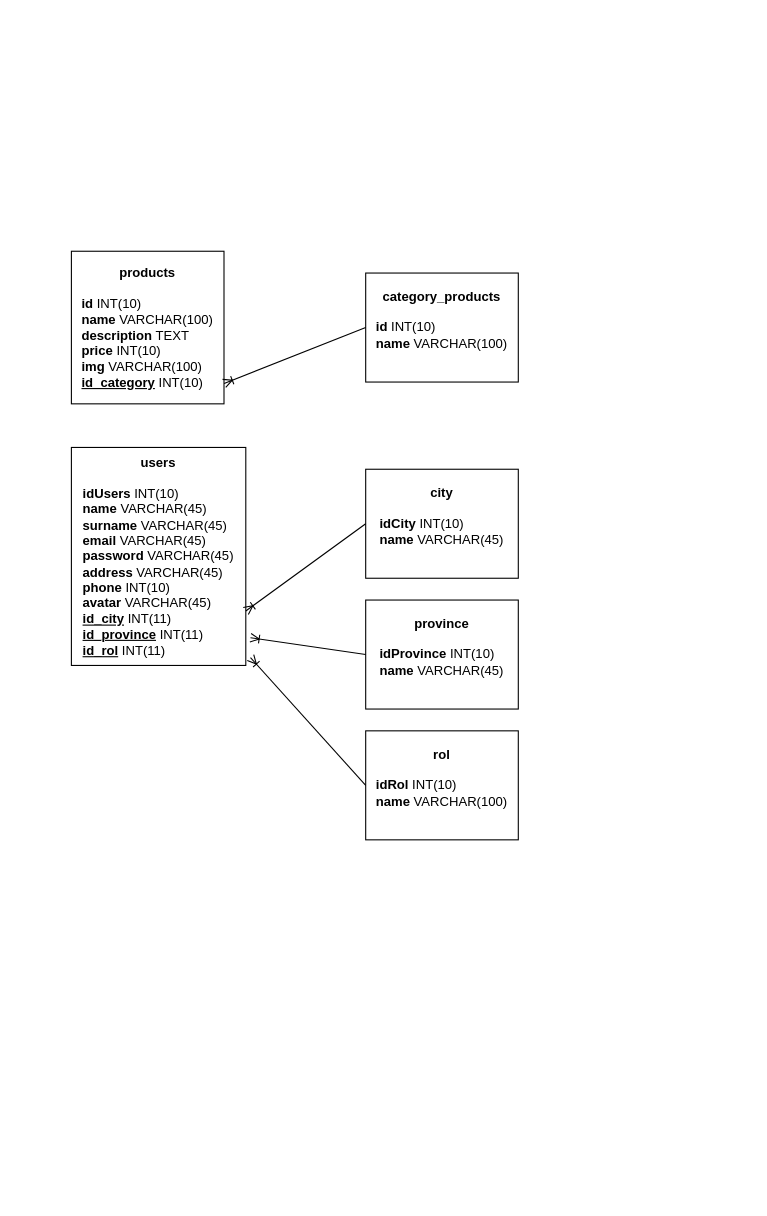
Earlier version of the draw.io diagram DER.drawio (claudiomercado/positivitea). Source tidied: cells renumbered, new cells numbered last; positions are measured from the earlier drawing's top-left corner, leaving out a move shared by most shapes. Both pictures are drawn from the tidied source at 109%, with x=0, y=0 at pixel (71, 251).
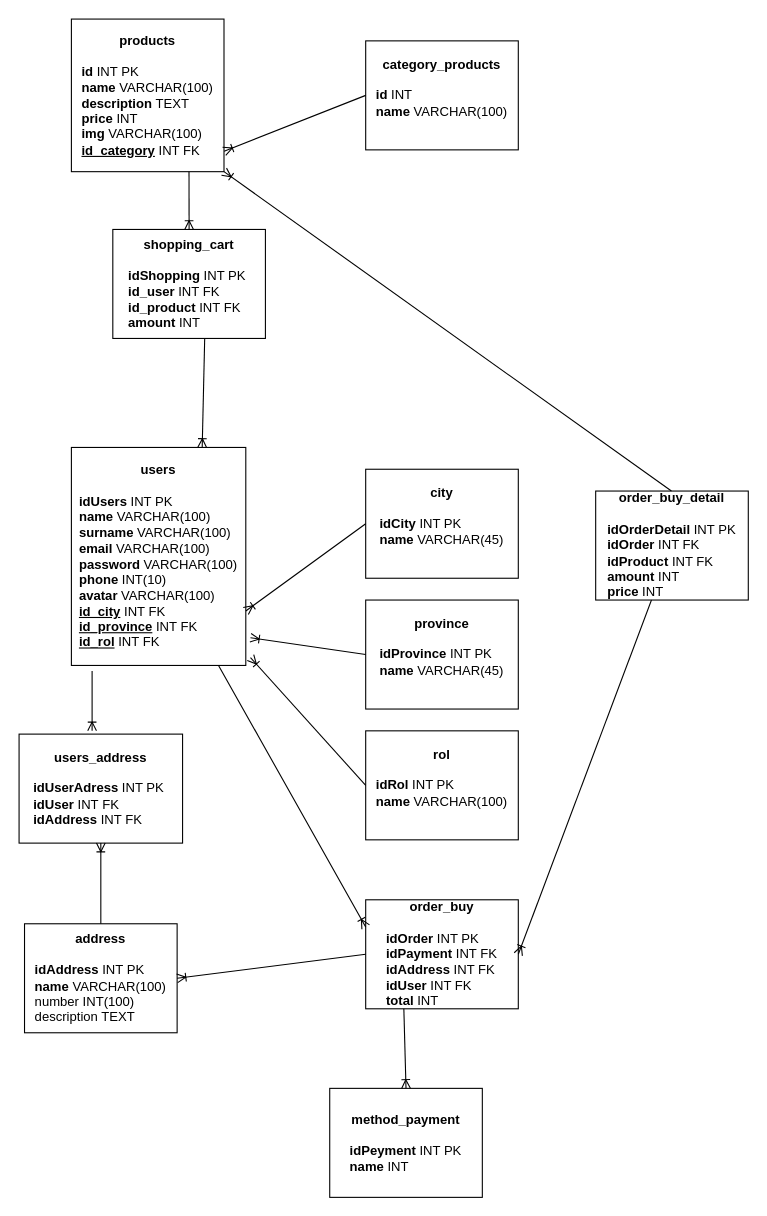
Above is the later version.

Commit message:
der modificado

Change to the diagram source:
```diff
@@
-    <mxCell id="2" value="products&lt;br&gt;&lt;br&gt;&lt;div style=&quot;text-align: left&quot;&gt;&lt;span&gt;id &lt;/span&gt;&lt;span style=&quot;font-weight: normal&quot;&gt;INT(10)&amp;nbsp;&lt;/span&gt;&lt;/div&gt;&lt;div style=&quot;text-align: left&quot;&gt;&lt;span&gt;name &lt;/span&gt;&lt;span style=&quot;font-weight: normal&quot;&gt;VARCHAR(100)&lt;/span&gt;&lt;/div&gt;&lt;div style=&quot;text-align: left&quot;&gt;&lt;span&gt;description&lt;/span&gt;&lt;span style=&quot;font-weight: normal&quot;&gt;&amp;nbsp;TEXT&lt;/span&gt;&lt;/div&gt;&lt;div style=&quot;text-align: left&quot;&gt;&lt;span&gt;price&lt;/span&gt;&lt;span style=&quot;font-weight: normal&quot;&gt;&amp;nbsp;INT(10)&lt;/span&gt;&lt;/div&gt;&lt;div style=&quot;text-align: left&quot;&gt;&lt;span&gt;img &lt;/span&gt;&lt;span style=&quot;font-weight: normal&quot;&gt;VARCHAR(100)&lt;/span&gt;&lt;/div&gt;&lt;div style=&quot;text-align: left&quot;&gt;&lt;u&gt;id_category&lt;/u&gt; &lt;span style=&quot;font-weight: normal&quot;&gt;INT(10)&lt;/span&gt;&lt;/div&gt;" style="rounded=0;whiteSpace=wrap;html=1;fontStyle=1;" parent="1" vertex="1">
-      <mxGeometry width="140" height="140" as="geometry" />
+    <mxCell id="2" value="products&lt;br&gt;&lt;br&gt;&lt;div style=&quot;text-align: left&quot;&gt;&lt;span&gt;id &lt;/span&gt;&lt;span style=&quot;font-weight: normal&quot;&gt;INT PK&amp;nbsp;&lt;/span&gt;&lt;/div&gt;&lt;div style=&quot;text-align: left&quot;&gt;&lt;span&gt;name &lt;/span&gt;&lt;span style=&quot;font-weight: normal&quot;&gt;VARCHAR(100)&lt;/span&gt;&lt;/div&gt;&lt;div style=&quot;text-align: left&quot;&gt;&lt;span&gt;description&lt;/span&gt;&lt;span style=&quot;font-weight: normal&quot;&gt;&amp;nbsp;TEXT&lt;/span&gt;&lt;/div&gt;&lt;div style=&quot;text-align: left&quot;&gt;&lt;span&gt;price&lt;/span&gt;&lt;span style=&quot;font-weight: normal&quot;&gt;&amp;nbsp;INT&lt;/span&gt;&lt;/div&gt;&lt;div style=&quot;text-align: left&quot;&gt;&lt;span&gt;img &lt;/span&gt;&lt;span style=&quot;font-weight: normal&quot;&gt;VARCHAR(100)&lt;/span&gt;&lt;/div&gt;&lt;div style=&quot;text-align: left&quot;&gt;&lt;u&gt;id_category&lt;/u&gt; &lt;span style=&quot;font-weight: normal&quot;&gt;INT FK&lt;/span&gt;&lt;/div&gt;" style="rounded=0;whiteSpace=wrap;html=1;fontStyle=1;" parent="1" vertex="1">
+      <mxGeometry y="-213" width="140" height="140" as="geometry" />
     </mxCell>
-    <mxCell id="3" value="category_products&lt;br&gt;&lt;br&gt;&lt;div style=&quot;text-align: left&quot;&gt;&lt;span&gt;id &lt;/span&gt;&lt;span style=&quot;font-weight: normal&quot;&gt;INT(10)&amp;nbsp;&lt;/span&gt;&lt;/div&gt;&lt;div style=&quot;text-align: left&quot;&gt;&lt;span&gt;name &lt;/span&gt;&lt;span style=&quot;font-weight: normal&quot;&gt;VARCHAR(100)&lt;/span&gt;&lt;/div&gt;&lt;div style=&quot;text-align: left&quot;&gt;&lt;br&gt;&lt;/div&gt;" style="rounded=0;whiteSpace=wrap;html=1;fontStyle=1;" parent="1" vertex="1">
-      <mxGeometry x="270" y="20" width="140" height="100" as="geometry" />
+    <mxCell id="3" value="category_products&lt;br&gt;&lt;br&gt;&lt;div style=&quot;text-align: left&quot;&gt;&lt;span&gt;id &lt;/span&gt;&lt;span style=&quot;font-weight: normal&quot;&gt;INT&amp;nbsp;&lt;/span&gt;&lt;/div&gt;&lt;div style=&quot;text-align: left&quot;&gt;&lt;span&gt;name &lt;/span&gt;&lt;span style=&quot;font-weight: normal&quot;&gt;VARCHAR(100)&lt;/span&gt;&lt;/div&gt;&lt;div style=&quot;text-align: left&quot;&gt;&lt;br&gt;&lt;/div&gt;" style="rounded=0;whiteSpace=wrap;html=1;fontStyle=1;" parent="1" vertex="1">
+      <mxGeometry x="270" y="-193" width="140" height="100" as="geometry" />
     </mxCell>
@@
-    <mxCell id="5" value="users&lt;br&gt;&lt;br&gt;&lt;div style=&quot;text-align: left&quot;&gt;&lt;span&gt;idUsers&amp;nbsp;&lt;/span&gt;&lt;span style=&quot;font-weight: normal&quot;&gt;INT(10)&amp;nbsp;&lt;/span&gt;&lt;/div&gt;&lt;div style=&quot;text-align: left&quot;&gt;&lt;span&gt;name &lt;/span&gt;&lt;span style=&quot;font-weight: normal&quot;&gt;VARCHAR(45)&lt;/span&gt;&lt;/div&gt;&lt;div style=&quot;text-align: left&quot;&gt;&lt;span&gt;surname&amp;nbsp;&lt;span style=&quot;font-weight: 400&quot;&gt;VARCHAR(45)&lt;/span&gt;&lt;/span&gt;&lt;/div&gt;&lt;div style=&quot;text-align: left&quot;&gt;email&lt;span style=&quot;font-weight: normal&quot;&gt;&amp;nbsp;VARCHAR(45)&lt;/span&gt;&lt;/div&gt;&lt;div style=&quot;text-align: left&quot;&gt;password&lt;span style=&quot;font-weight: normal&quot;&gt; VARCHAR(45)&lt;/span&gt;&lt;span style=&quot;font-weight: normal&quot;&gt;&lt;br&gt;&lt;/span&gt;&lt;/div&gt;&lt;div style=&quot;text-align: left&quot;&gt;address&amp;nbsp;&lt;span style=&quot;font-weight: normal&quot;&gt;VARCHAR(45)&lt;/span&gt;&lt;span style=&quot;font-weight: normal&quot;&gt;&lt;br&gt;&lt;/span&gt;&lt;/div&gt;&lt;div style=&quot;text-align: left&quot;&gt;phone&amp;nbsp;&lt;span style=&quot;font-weight: normal&quot;&gt;INT(10)&lt;/span&gt;&lt;/div&gt;&lt;div style=&quot;text-align: left&quot;&gt;&lt;span&gt;avatar&amp;nbsp;&lt;/span&gt;&lt;span style=&quot;font-weight: normal&quot;&gt;VARCHAR(45)&lt;/span&gt;&lt;/div&gt;&lt;div style=&quot;text-align: left&quot;&gt;&lt;u&gt;id_city&lt;/u&gt; &lt;span style=&quot;font-weight: normal&quot;&gt;INT(11)&lt;/span&gt;&lt;/div&gt;&lt;div style=&quot;text-align: left&quot;&gt;&lt;u&gt;id_province&lt;/u&gt;&amp;nbsp;&lt;span style=&quot;font-weight: normal&quot;&gt;INT(11)&lt;/span&gt;&lt;span style=&quot;font-weight: normal&quot;&gt;&lt;br&gt;&lt;/span&gt;&lt;/div&gt;&lt;div style=&quot;text-align: left&quot;&gt;&lt;u&gt;id_rol&lt;/u&gt;&amp;nbsp;&lt;span style=&quot;font-weight: normal&quot;&gt;INT(11)&lt;/span&gt;&lt;span style=&quot;font-weight: normal&quot;&gt;&lt;br&gt;&lt;/span&gt;&lt;/div&gt;" style="rounded=0;whiteSpace=wrap;html=1;fontStyle=1;" parent="1" vertex="1">
+    <mxCell id="5" value="users&lt;br&gt;&lt;br&gt;&lt;div style=&quot;text-align: left&quot;&gt;&lt;span&gt;idUsers&amp;nbsp;&lt;/span&gt;&lt;span style=&quot;font-weight: normal&quot;&gt;INT PK&lt;/span&gt;&lt;/div&gt;&lt;div style=&quot;text-align: left&quot;&gt;&lt;span&gt;name &lt;/span&gt;&lt;span style=&quot;font-weight: normal&quot;&gt;VARCHAR(100)&lt;/span&gt;&lt;/div&gt;&lt;div style=&quot;text-align: left&quot;&gt;&lt;span&gt;surname&amp;nbsp;&lt;span style=&quot;font-weight: 400&quot;&gt;VARCHAR(&lt;/span&gt;&lt;/span&gt;&lt;span style=&quot;font-weight: 400&quot;&gt;100&lt;/span&gt;&lt;span&gt;&lt;span style=&quot;font-weight: 400&quot;&gt;)&lt;/span&gt;&lt;/span&gt;&lt;/div&gt;&lt;div style=&quot;text-align: left&quot;&gt;email&lt;span style=&quot;font-weight: normal&quot;&gt;&amp;nbsp;VARCHAR(&lt;/span&gt;&lt;span style=&quot;font-weight: 400&quot;&gt;100&lt;/span&gt;&lt;span style=&quot;font-weight: normal&quot;&gt;)&lt;/span&gt;&lt;/div&gt;&lt;div style=&quot;text-align: left&quot;&gt;password&lt;span style=&quot;font-weight: normal&quot;&gt; VARCHAR(&lt;/span&gt;&lt;span style=&quot;font-weight: 400&quot;&gt;100&lt;/span&gt;&lt;span style=&quot;font-weight: normal&quot;&gt;)&lt;/span&gt;&lt;/div&gt;&lt;div style=&quot;text-align: left&quot;&gt;phone&amp;nbsp;&lt;span style=&quot;font-weight: normal&quot;&gt;INT(10)&lt;/span&gt;&lt;/div&gt;&lt;div style=&quot;text-align: left&quot;&gt;&lt;span&gt;avatar&amp;nbsp;&lt;/span&gt;&lt;span style=&quot;font-weight: normal&quot;&gt;VARCHAR(&lt;/span&gt;&lt;span style=&quot;font-weight: 400&quot;&gt;100&lt;/span&gt;&lt;span style=&quot;font-weight: normal&quot;&gt;)&lt;/span&gt;&lt;/div&gt;&lt;div style=&quot;text-align: left&quot;&gt;&lt;u&gt;id_city&lt;/u&gt; &lt;span style=&quot;font-weight: normal&quot;&gt;INT FK&lt;/span&gt;&lt;/div&gt;&lt;div style=&quot;text-align: left&quot;&gt;&lt;u&gt;id_province&lt;/u&gt;&amp;nbsp;&lt;span style=&quot;font-weight: normal&quot;&gt;INT FK&lt;/span&gt;&lt;span style=&quot;font-weight: normal&quot;&gt;&lt;br&gt;&lt;/span&gt;&lt;/div&gt;&lt;div style=&quot;text-align: left&quot;&gt;&lt;u&gt;id_rol&lt;/u&gt;&amp;nbsp;&lt;span style=&quot;font-weight: normal&quot;&gt;INT FK&lt;/span&gt;&lt;span style=&quot;font-weight: normal&quot;&gt;&lt;br&gt;&lt;/span&gt;&lt;/div&gt;" style="rounded=0;whiteSpace=wrap;html=1;fontStyle=1;" parent="1" vertex="1">
       <mxGeometry y="180" width="160" height="200" as="geometry" />
     </mxCell>
-    <mxCell id="6" value="city&lt;br&gt;&lt;br&gt;&lt;div style=&quot;text-align: left&quot;&gt;&lt;span&gt;idCity&amp;nbsp;&lt;/span&gt;&lt;span style=&quot;font-weight: normal&quot;&gt;INT(10)&amp;nbsp;&lt;/span&gt;&lt;/div&gt;&lt;div style=&quot;text-align: left&quot;&gt;&lt;span&gt;name &lt;/span&gt;&lt;span style=&quot;font-weight: normal&quot;&gt;VARCHAR(45)&lt;/span&gt;&lt;/div&gt;&lt;div style=&quot;text-align: left&quot;&gt;&lt;br&gt;&lt;/div&gt;" style="rounded=0;whiteSpace=wrap;html=1;fontStyle=1;" parent="1" vertex="1">
+    <mxCell id="6" value="city&lt;br&gt;&lt;br&gt;&lt;div style=&quot;text-align: left&quot;&gt;&lt;span&gt;idCity&amp;nbsp;&lt;/span&gt;&lt;span style=&quot;font-weight: normal&quot;&gt;INT PK&lt;/span&gt;&lt;/div&gt;&lt;div style=&quot;text-align: left&quot;&gt;&lt;span&gt;name &lt;/span&gt;&lt;span style=&quot;font-weight: normal&quot;&gt;VARCHAR(45)&lt;/span&gt;&lt;/div&gt;&lt;div style=&quot;text-align: left&quot;&gt;&lt;br&gt;&lt;/div&gt;" style="rounded=0;whiteSpace=wrap;html=1;fontStyle=1;" parent="1" vertex="1">
       <mxGeometry x="270" y="200" width="140" height="100" as="geometry" />
     </mxCell>
@@
-    <mxCell id="8" value="province&lt;br&gt;&lt;br&gt;&lt;div style=&quot;text-align: left&quot;&gt;&lt;span&gt;idProvince&amp;nbsp;&lt;/span&gt;&lt;span style=&quot;font-weight: normal&quot;&gt;INT(10)&amp;nbsp;&lt;/span&gt;&lt;/div&gt;&lt;div style=&quot;text-align: left&quot;&gt;&lt;span&gt;name &lt;/span&gt;&lt;span style=&quot;font-weight: normal&quot;&gt;VARCHAR(45)&lt;/span&gt;&lt;/div&gt;&lt;div style=&quot;text-align: left&quot;&gt;&lt;br&gt;&lt;/div&gt;" style="rounded=0;whiteSpace=wrap;html=1;fontStyle=1;" parent="1" vertex="1">
+    <mxCell id="8" value="province&lt;br&gt;&lt;br&gt;&lt;div style=&quot;text-align: left&quot;&gt;&lt;span&gt;idProvince&amp;nbsp;&lt;/span&gt;&lt;span style=&quot;font-weight: normal&quot;&gt;INT PK&lt;/span&gt;&lt;/div&gt;&lt;div style=&quot;text-align: left&quot;&gt;&lt;span&gt;name &lt;/span&gt;&lt;span style=&quot;font-weight: normal&quot;&gt;VARCHAR(45)&lt;/span&gt;&lt;/div&gt;&lt;div style=&quot;text-align: left&quot;&gt;&lt;br&gt;&lt;/div&gt;" style="rounded=0;whiteSpace=wrap;html=1;fontStyle=1;" parent="1" vertex="1">
       <mxGeometry x="270" y="320" width="140" height="100" as="geometry" />
     </mxCell>
@@
-    <mxCell id="10" value="rol&lt;br&gt;&lt;br&gt;&lt;div style=&quot;text-align: left&quot;&gt;&lt;span&gt;idRol&amp;nbsp;&lt;/span&gt;&lt;span style=&quot;font-weight: normal&quot;&gt;INT(10)&amp;nbsp;&lt;/span&gt;&lt;/div&gt;&lt;div style=&quot;text-align: left&quot;&gt;&lt;span&gt;name &lt;/span&gt;&lt;span style=&quot;font-weight: normal&quot;&gt;VARCHAR(100)&lt;/span&gt;&lt;/div&gt;&lt;div style=&quot;text-align: left&quot;&gt;&lt;br&gt;&lt;/div&gt;" style="rounded=0;whiteSpace=wrap;html=1;fontStyle=1;" parent="1" vertex="1">
+    <mxCell id="10" value="rol&lt;br&gt;&lt;br&gt;&lt;div style=&quot;text-align: left&quot;&gt;&lt;span&gt;idRol&amp;nbsp;&lt;/span&gt;&lt;span style=&quot;font-weight: normal&quot;&gt;INT PK&lt;/span&gt;&lt;/div&gt;&lt;div style=&quot;text-align: left&quot;&gt;&lt;span&gt;name &lt;/span&gt;&lt;span style=&quot;font-weight: normal&quot;&gt;VARCHAR(100)&lt;/span&gt;&lt;/div&gt;&lt;div style=&quot;text-align: left&quot;&gt;&lt;br&gt;&lt;/div&gt;" style="rounded=0;whiteSpace=wrap;html=1;fontStyle=1;" parent="1" vertex="1">
       <mxGeometry x="270" y="440" width="140" height="100" as="geometry" />
     </mxCell>
@@
+    <mxCell id="12" value="&lt;br&gt;address&lt;br&gt;&lt;br&gt;&lt;div style=&quot;text-align: left&quot;&gt;&lt;span&gt;idAddress&amp;nbsp;&lt;/span&gt;&lt;span style=&quot;font-weight: normal&quot;&gt;INT PK&lt;/span&gt;&lt;/div&gt;&lt;div style=&quot;text-align: left&quot;&gt;&lt;span&gt;name &lt;/span&gt;&lt;span style=&quot;font-weight: normal&quot;&gt;VARCHAR(100)&lt;/span&gt;&lt;/div&gt;&lt;div style=&quot;text-align: left&quot;&gt;&lt;span style=&quot;font-weight: 400&quot;&gt;number INT(100)&lt;/span&gt;&lt;/div&gt;&lt;div style=&quot;text-align: left&quot;&gt;&lt;span style=&quot;font-weight: 400&quot;&gt;description TEXT&lt;/span&gt;&lt;/div&gt;&lt;div style=&quot;text-align: left&quot;&gt;&lt;br&gt;&lt;/div&gt;" style="rounded=0;whiteSpace=wrap;html=1;fontStyle=1;" parent="1" vertex="1">
+      <mxGeometry x="-43" y="617" width="140" height="100" as="geometry" />
+    </mxCell>
+    <mxCell id="13" value="users_address&lt;br&gt;&lt;br&gt;&lt;div style=&quot;text-align: left&quot;&gt;&lt;span&gt;idUserAdress&amp;nbsp;&lt;/span&gt;&lt;span style=&quot;font-weight: normal&quot;&gt;INT PK&amp;nbsp;&lt;/span&gt;&lt;/div&gt;&lt;div style=&quot;text-align: left&quot;&gt;idUser &lt;span style=&quot;font-weight: normal&quot;&gt;INT&amp;nbsp;&lt;/span&gt;&lt;span style=&quot;font-weight: 400&quot;&gt;FK&lt;/span&gt;&lt;/div&gt;&lt;div style=&quot;text-align: left&quot;&gt;idAddress &lt;span style=&quot;font-weight: 400&quot;&gt;INT FK&lt;/span&gt;&lt;/div&gt;" style="rounded=0;whiteSpace=wrap;html=1;fontStyle=1;" parent="1" vertex="1">
+      <mxGeometry x="-48" y="443" width="150" height="100" as="geometry" />
+    </mxCell>
+    <mxCell id="14" style="endArrow=ERoneToMany;html=1;endFill=0;" parent="1" edge="1">
+      <mxGeometry relative="1" as="geometry">
+        <mxPoint x="19" y="385" as="sourcePoint" />
+        <mxPoint x="19" y="440" as="targetPoint" />
+      </mxGeometry>
+    </mxCell>
+    <mxCell id="15" style="endArrow=ERoneToMany;html=1;exitX=0.5;exitY=0;exitDx=0;exitDy=0;entryX=0.5;entryY=1;entryDx=0;entryDy=0;endFill=0;" parent="1" edge="1" source="12" target="13">
+      <mxGeometry relative="1" as="geometry" />
+    </mxCell>
+    <mxCell id="16" value="&lt;br&gt;shopping_cart&lt;br&gt;&lt;div style=&quot;text-align: left&quot;&gt;&lt;span&gt;&lt;br&gt;&lt;/span&gt;&lt;/div&gt;&lt;div style=&quot;text-align: left&quot;&gt;&lt;span&gt;idShopping&amp;nbsp;&lt;/span&gt;&lt;span style=&quot;font-weight: normal&quot;&gt;INT PK&amp;nbsp;&lt;/span&gt;&lt;/div&gt;&lt;div style=&quot;text-align: left&quot;&gt;&lt;span&gt;id_user &lt;/span&gt;&lt;span style=&quot;font-weight: normal&quot;&gt;INT FK&lt;/span&gt;&lt;/div&gt;&lt;div style=&quot;text-align: left&quot;&gt;id_product&lt;span style=&quot;font-weight: normal&quot;&gt;&amp;nbsp;INT FK&lt;/span&gt;&lt;/div&gt;&lt;div style=&quot;text-align: left&quot;&gt;amount&lt;span style=&quot;font-weight: normal&quot;&gt;&amp;nbsp;INT&lt;/span&gt;&lt;/div&gt;&lt;div style=&quot;text-align: left&quot;&gt;&lt;br&gt;&lt;/div&gt;" style="rounded=0;whiteSpace=wrap;html=1;fontStyle=1;" parent="1" vertex="1">
+      <mxGeometry x="38" y="-20" width="140" height="100" as="geometry" />
+    </mxCell>
+    <mxCell id="17" style="endArrow=ERoneToMany;html=1;exitX=0;exitY=0.5;exitDx=0;exitDy=0;entryX=0.5;entryY=0;entryDx=0;entryDy=0;endFill=0;" parent="1" edge="1" target="16">
+      <mxGeometry relative="1" as="geometry">
+        <mxPoint x="107.9" y="-73" as="sourcePoint" />
+      </mxGeometry>
+    </mxCell>
+    <mxCell id="18" style="endArrow=ERoneToMany;html=1;endFill=0;entryX=0.75;entryY=0;entryDx=0;entryDy=0;exitX=0.602;exitY=1.005;exitDx=0;exitDy=0;exitPerimeter=0;" parent="1" edge="1" source="16" target="5">
+      <mxGeometry relative="1" as="geometry" />
+    </mxCell>
+    <mxCell id="19" value="&lt;br&gt;&lt;br&gt;order_buy&lt;br&gt;&lt;br&gt;&lt;div style=&quot;text-align: left&quot;&gt;&lt;span&gt;idOrder&amp;nbsp;&lt;/span&gt;&lt;span style=&quot;font-weight: normal&quot;&gt;INT PK&lt;/span&gt;&lt;/div&gt;&lt;div style=&quot;text-align: left&quot;&gt;&lt;span&gt;idPayment&amp;nbsp;&lt;/span&gt;&lt;span style=&quot;font-weight: normal&quot;&gt;INT FK&lt;/span&gt;&lt;/div&gt;&lt;div style=&quot;text-align: left&quot;&gt;idAddress&amp;nbsp;&lt;span style=&quot;font-weight: normal&quot;&gt;INT FK&lt;/span&gt;&lt;/div&gt;&lt;div style=&quot;text-align: left&quot;&gt;idUser&amp;nbsp;&lt;span style=&quot;font-weight: normal&quot;&gt;INT FK&lt;/span&gt;&lt;span style=&quot;font-weight: normal&quot;&gt;&lt;br&gt;&lt;/span&gt;&lt;/div&gt;&lt;div style=&quot;text-align: left&quot;&gt;&lt;div&gt;total&amp;nbsp;&lt;span style=&quot;font-weight: normal&quot;&gt;INT&lt;/span&gt;&lt;/div&gt;&lt;div&gt;&lt;br&gt;&lt;/div&gt;&lt;/div&gt;&lt;div style=&quot;text-align: left&quot;&gt;&lt;br&gt;&lt;/div&gt;" style="rounded=0;whiteSpace=wrap;html=1;fontStyle=1;" parent="1" vertex="1">
+      <mxGeometry x="270" y="595" width="140" height="100" as="geometry" />
+    </mxCell>
+    <mxCell id="20" value="&lt;br&gt;method_payment&lt;br&gt;&lt;br&gt;&lt;div style=&quot;text-align: left&quot;&gt;&lt;span&gt;idPeyment&amp;nbsp;&lt;/span&gt;&lt;span style=&quot;font-weight: normal&quot;&gt;INT PK&lt;/span&gt;&lt;/div&gt;&lt;div style=&quot;text-align: left&quot;&gt;&lt;span&gt;name &lt;/span&gt;&lt;span style=&quot;font-weight: normal&quot;&gt;INT&lt;/span&gt;&lt;/div&gt;&lt;div style=&quot;text-align: left&quot;&gt;&lt;br&gt;&lt;/div&gt;" style="rounded=0;whiteSpace=wrap;html=1;fontStyle=1;" parent="1" vertex="1">
+      <mxGeometry x="237" y="768" width="140" height="100" as="geometry" />
+    </mxCell>
+    <mxCell id="21" style="endArrow=ERoneToMany;html=1;endFill=0;exitX=0.5;exitY=1;exitDx=0;exitDy=0;entryX=0;entryY=0.25;entryDx=0;entryDy=0;" parent="1" edge="1" target="19">
+      <mxGeometry relative="1" as="geometry">
+        <mxPoint x="135" y="380" as="sourcePoint" />
+      </mxGeometry>
+    </mxCell>
+    <mxCell id="22" value="&lt;br&gt;&lt;br&gt;order_buy_detail&lt;br&gt;&lt;br&gt;&lt;div style=&quot;text-align: left&quot;&gt;&lt;span&gt;idOrderDetail&amp;nbsp;&lt;/span&gt;&lt;span style=&quot;font-weight: normal&quot;&gt;INT PK&lt;/span&gt;&lt;/div&gt;&lt;div style=&quot;text-align: left&quot;&gt;&lt;span&gt;idOrder&amp;nbsp;&lt;/span&gt;&lt;span style=&quot;font-weight: normal&quot;&gt;INT FK&lt;/span&gt;&lt;/div&gt;&lt;div style=&quot;text-align: left&quot;&gt;idProduct&amp;nbsp;&lt;span style=&quot;font-weight: normal&quot;&gt;INT FK&lt;/span&gt;&lt;/div&gt;&lt;div style=&quot;text-align: left&quot;&gt;amount&amp;nbsp;&lt;span style=&quot;font-weight: normal&quot;&gt;INT&amp;nbsp;&lt;/span&gt;&lt;span style=&quot;font-weight: normal&quot;&gt;&lt;br&gt;&lt;/span&gt;&lt;/div&gt;&lt;div style=&quot;text-align: left&quot;&gt;&lt;div&gt;price&amp;nbsp;&lt;span style=&quot;font-weight: normal&quot;&gt;INT&lt;/span&gt;&lt;/div&gt;&lt;div&gt;&lt;br&gt;&lt;/div&gt;&lt;/div&gt;&lt;div style=&quot;text-align: left&quot;&gt;&lt;br&gt;&lt;/div&gt;" style="rounded=0;whiteSpace=wrap;html=1;fontStyle=1;" parent="1" vertex="1">
+      <mxGeometry x="481" y="220" width="140" height="100" as="geometry" />
+    </mxCell>
+    <mxCell id="23" style="endArrow=ERoneToMany;html=1;endFill=0;entryX=1;entryY=0.5;entryDx=0;entryDy=0;" parent="1" edge="1" source="22" target="19">
+      <mxGeometry relative="1" as="geometry" />
+    </mxCell>
+    <mxCell id="24" style="endArrow=ERoneToMany;html=1;exitX=0.5;exitY=0;exitDx=0;exitDy=0;endFill=0;entryX=1;entryY=1;entryDx=0;entryDy=0;" parent="1" edge="1" target="2">
+      <mxGeometry relative="1" as="geometry">
+        <mxPoint x="550.5" y="220" as="sourcePoint" />
+      </mxGeometry>
+    </mxCell>
+    <mxCell id="25" style="endArrow=ERoneToMany;html=1;endFill=0;entryX=0.5;entryY=0;entryDx=0;entryDy=0;exitX=0.25;exitY=1;exitDx=0;exitDy=0;" parent="1" edge="1" source="19" target="20">
+      <mxGeometry relative="1" as="geometry" />
+    </mxCell>
+    <mxCell id="26" style="endArrow=ERoneToMany;html=1;endFill=0;entryX=1;entryY=0.5;entryDx=0;entryDy=0;" parent="1" edge="1" target="12">
+      <mxGeometry relative="1" as="geometry">
+        <mxPoint x="270" y="645" as="sourcePoint" />
+      </mxGeometry>
+    </mxCell>
```
